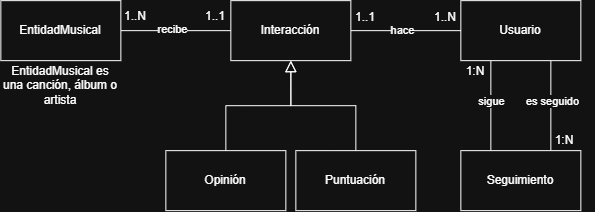
Earlier version of the draw.io export domain_model.png (ezewheel/dsw-back). Source tidied: cells renumbered, new cells last; positions are measured from the earlier drawing's top-left corner, leaving out a move shared by most shapes.
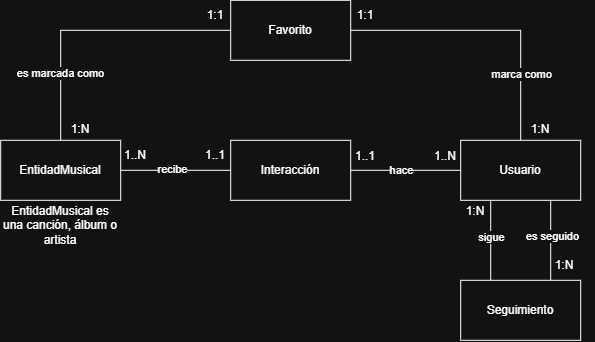
After the commit.

Commit message:
Actualización de README y modelo de dominio

What changed in the source:
```diff
@@ -29,6 +29,12 @@
         <mxPoint y="2" as="offset" />
       </mxGeometry>
     </mxCell>
+    <mxCell id="25" style="edgeStyle=orthogonalEdgeStyle;rounded=0;jettySize=auto;html=1;exitX=0.5;exitY=0;exitDx=0;exitDy=0;entryX=1;entryY=0.5;entryDx=0;entryDy=0;endArrow=none;endFill=0;" parent="1" edge="1" source="9" target="29">
+      <mxGeometry relative="1" as="geometry" />
+    </mxCell>
+    <mxCell id="26" value="marca como" style="edgeLabel;html=1;align=center;verticalAlign=middle;" parent="25" vertex="1">
+      <mxGeometry x="-0.53" relative="1" as="geometry" />
+    </mxCell>
     <mxCell id="9" value="Usuario" style="rounded=0;whiteSpace=wrap;html=1;" parent="1" vertex="1">
       <mxGeometry x="460" width="120" height="60" as="geometry" />
     </mxCell>
@@ -58,26 +64,37 @@
     <mxCell id="17" value="EntidadMusical es una canción, álbum o artista" style="text;html=1;whiteSpace=wrap;strokeColor=none;fillColor=none;align=center;verticalAlign=middle;rounded=0;" parent="1" vertex="1">
       <mxGeometry y="70" width="120" height="30" as="geometry" />
     </mxCell>
-    <mxCell id="18" style="edgeStyle=orthogonalEdgeStyle;rounded=0;jettySize=auto;html=1;exitX=0.5;exitY=0;exitDx=0;exitDy=0;entryX=0.5;entryY=1;entryDx=0;entryDy=0;endArrow=block;endFill=0;endSize=9;" parent="1" edge="1" source="19" target="12">
-      <mxGeometry relative="1" as="geometry" />
-    </mxCell>
-    <mxCell id="19" value="Opinión" style="whiteSpace=wrap;html=1;" parent="1" vertex="1">
-      <mxGeometry x="165" y="150" width="120" height="60" as="geometry" />
-    </mxCell>
-    <mxCell id="20" style="edgeStyle=orthogonalEdgeStyle;rounded=0;jettySize=auto;html=1;exitX=0.5;exitY=0;exitDx=0;exitDy=0;entryX=0.5;entryY=1;entryDx=0;entryDy=0;endArrow=block;endFill=0;endSize=9;" parent="1" edge="1" source="21" target="12">
-      <mxGeometry relative="1" as="geometry" />
-    </mxCell>
-    <mxCell id="21" value="Puntuación" style="whiteSpace=wrap;html=1;" parent="1" vertex="1">
-      <mxGeometry x="295" y="150" width="120" height="60" as="geometry" />
-    </mxCell>
     <mxCell id="22" value="Seguimiento" style="whiteSpace=wrap;html=1;" parent="1" vertex="1">
-      <mxGeometry x="460" y="150" width="120" height="60" as="geometry" />
+      <mxGeometry x="460" y="140" width="120" height="60" as="geometry" />
     </mxCell>
     <mxCell id="23" value="1:N" style="text;html=1;whiteSpace=wrap;strokeColor=none;fillColor=none;align=center;verticalAlign=middle;rounded=0;" parent="1" vertex="1">
       <mxGeometry x="445" y="56" width="60" height="30" as="geometry" />
     </mxCell>
     <mxCell id="24" value="1:N" style="text;html=1;whiteSpace=wrap;strokeColor=none;fillColor=none;align=center;verticalAlign=middle;rounded=0;" parent="1" vertex="1">
-      <mxGeometry x="534" y="125" width="60" height="30" as="geometry" />
+      <mxGeometry x="534" y="110" width="60" height="30" as="geometry" />
     </mxCell>
+    <mxCell id="27" style="edgeStyle=orthogonalEdgeStyle;rounded=0;jettySize=auto;html=1;exitX=0;exitY=0.5;exitDx=0;exitDy=0;entryX=0.5;entryY=0;entryDx=0;entryDy=0;endArrow=none;endFill=0;" parent="1" edge="1" source="29" target="4">
+      <mxGeometry relative="1" as="geometry" />
+    </mxCell>
+    <mxCell id="28" value="es marcada como" style="edgeLabel;html=1;align=center;verticalAlign=middle;" parent="27" vertex="1">
+      <mxGeometry x="0.54" y="-1" relative="1" as="geometry">
+        <mxPoint y="-2" as="offset" />
+      </mxGeometry>
+    </mxCell>
+    <mxCell id="29" value="Favorito" style="rounded=0;whiteSpace=wrap;html=1;" parent="1" vertex="1">
+      <mxGeometry x="230" y="-140" width="120" height="60" as="geometry" />
+    </mxCell>
+    <mxCell id="30" value="1:N" style="text;html=1;whiteSpace=wrap;strokeColor=none;fillColor=none;align=center;verticalAlign=middle;rounded=0;" parent="1" vertex="1">
+      <mxGeometry x="510" y="-26" width="60" height="30" as="geometry" />
+    </mxCell>
+    <mxCell id="31" value="1:1" style="text;html=1;whiteSpace=wrap;strokeColor=none;fillColor=none;align=center;verticalAlign=middle;rounded=0;" parent="1" vertex="1">
+      <mxGeometry x="335" y="-140" width="60" height="30" as="geometry" />
+    </mxCell>
+    <mxCell id="32" value="1:1" style="text;html=1;whiteSpace=wrap;strokeColor=none;fillColor=none;align=center;verticalAlign=middle;rounded=0;" parent="1" vertex="1">
+      <mxGeometry x="185" y="-140" width="60" height="30" as="geometry" />
+    </mxCell>
+    <mxCell id="33" value="1:N" style="text;html=1;whiteSpace=wrap;strokeColor=none;fillColor=none;align=center;verticalAlign=middle;rounded=0;" parent="1" vertex="1">
+      <mxGeometry x="50" y="-26" width="60" height="30" as="geometry" />
+    </mxCell>
   </root>
 </mxGraphModel>
```
